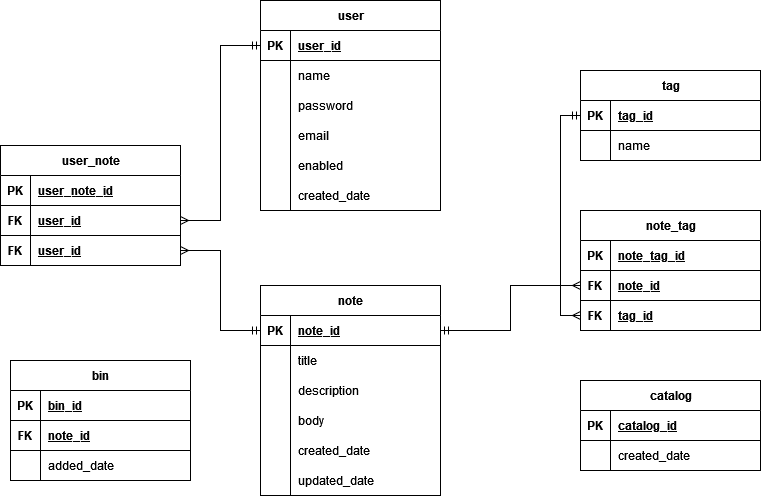
Earlier version of the draw.io export DB/ERD-diagram.drawio.png (Tomasz-Zdeb/Software-Engineering-Class-Project). Source tidied: cells renumbered, new cells last; positions are measured from the earlier drawing's top-left corner, leaving out a move shared by most shapes.
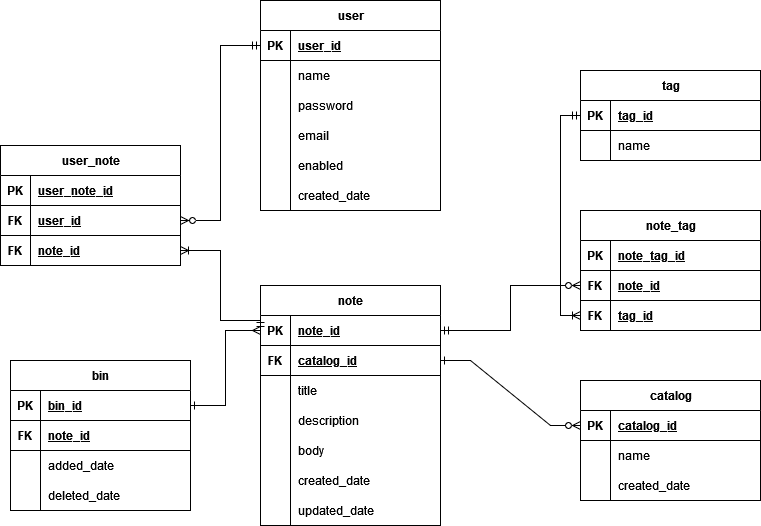
After the change.

Commit message:
Added relationships between bin, note and catalog tables

Change to the diagram source:
```diff
@@ -60,7 +60,7 @@
       <mxGeometry x="30" width="150" height="30" as="geometry" />
     </mxCell>
     <mxCell id="21" value="note" style="shape=table;startSize=30;rowLines=0;fontStyle=1;align=center;html=1;" parent="1" vertex="1">
-      <mxGeometry x="260" y="285" width="180" height="210" as="geometry" />
+      <mxGeometry x="260" y="285" width="180" height="240" as="geometry" />
     </mxCell>
     <mxCell id="22" style="shape=tableRow;horizontal=0;startSize=0;swimlaneHead=0;swimlaneBody=0;fillColor=none;points=[[0,0.5],[1,0.5]];portConstraint=eastwest;top=0;left=0;right=0;bottom=1;" parent="21" vertex="1">
       <mxGeometry y="30" width="180" height="30" as="geometry" />
@@ -71,8 +71,17 @@
     <mxCell id="24" value="note_id" style="shape=partialRectangle;fillColor=none;top=0;left=0;bottom=0;right=0;align=left;spacingLeft=6;fontStyle=5;overflow=hidden;whiteSpace=wrap;html=1;" parent="22" vertex="1">
       <mxGeometry x="30" width="150" height="30" as="geometry" />
     </mxCell>
+    <mxCell id="88" style="shape=tableRow;horizontal=0;startSize=0;swimlaneHead=0;swimlaneBody=0;fillColor=none;points=[[0,0.5],[1,0.5]];portConstraint=eastwest;top=0;left=0;right=0;bottom=1;" parent="21" vertex="1">
+      <mxGeometry y="60" width="180" height="30" as="geometry" />
+    </mxCell>
+    <mxCell id="89" value="FK" style="shape=partialRectangle;fillColor=none;top=0;left=0;bottom=0;right=0;fontStyle=1;overflow=hidden;whiteSpace=wrap;html=1;" parent="88" vertex="1">
+      <mxGeometry width="30" height="30" as="geometry" />
+    </mxCell>
+    <mxCell id="90" value="catalog_id" style="shape=partialRectangle;fillColor=none;top=0;left=0;bottom=0;right=0;align=left;spacingLeft=6;fontStyle=5;overflow=hidden;whiteSpace=wrap;html=1;" parent="88" vertex="1">
+      <mxGeometry x="30" width="150" height="30" as="geometry" />
+    </mxCell>
     <mxCell id="25" style="shape=tableRow;horizontal=0;startSize=0;swimlaneHead=0;swimlaneBody=0;fillColor=none;top=0;left=0;right=0;bottom=0;" parent="21" vertex="1">
-      <mxGeometry y="60" width="180" height="30" as="geometry" />
+      <mxGeometry y="90" width="180" height="30" as="geometry" />
     </mxCell>
     <mxCell id="26" style="shape=partialRectangle;fillColor=none;top=0;left=0;bottom=0;right=0;overflow=hidden;whiteSpace=wrap;html=1;" parent="25" vertex="1">
       <mxGeometry width="30" height="30" as="geometry" />
@@ -81,7 +90,7 @@
       <mxGeometry x="30" width="150" height="30" as="geometry" />
     </mxCell>
     <mxCell id="28" style="shape=tableRow;horizontal=0;startSize=0;swimlaneHead=0;swimlaneBody=0;fillColor=none;top=0;left=0;right=0;bottom=0;" parent="21" vertex="1">
-      <mxGeometry y="90" width="180" height="30" as="geometry" />
+      <mxGeometry y="120" width="180" height="30" as="geometry" />
     </mxCell>
     <mxCell id="29" style="shape=partialRectangle;fillColor=none;top=0;left=0;bottom=0;right=0;overflow=hidden;whiteSpace=wrap;html=1;" parent="28" vertex="1">
       <mxGeometry width="30" height="30" as="geometry" />
@@ -90,7 +99,7 @@
       <mxGeometry x="30" width="150" height="30" as="geometry" />
     </mxCell>
     <mxCell id="31" style="shape=tableRow;horizontal=0;startSize=0;swimlaneHead=0;swimlaneBody=0;fillColor=none;top=0;left=0;right=0;bottom=0;" parent="21" vertex="1">
-      <mxGeometry y="120" width="180" height="30" as="geometry" />
+      <mxGeometry y="150" width="180" height="30" as="geometry" />
     </mxCell>
     <mxCell id="32" style="shape=partialRectangle;fillColor=none;top=0;left=0;bottom=0;right=0;overflow=hidden;whiteSpace=wrap;html=1;" parent="31" vertex="1">
       <mxGeometry width="30" height="30" as="geometry" />
@@ -99,7 +108,7 @@
       <mxGeometry x="30" width="150" height="30" as="geometry" />
     </mxCell>
     <mxCell id="34" style="shape=tableRow;horizontal=0;startSize=0;swimlaneHead=0;swimlaneBody=0;fillColor=none;top=0;left=0;right=0;bottom=0;" parent="21" vertex="1">
-      <mxGeometry y="150" width="180" height="30" as="geometry" />
+      <mxGeometry y="180" width="180" height="30" as="geometry" />
     </mxCell>
     <mxCell id="35" style="shape=partialRectangle;fillColor=none;top=0;left=0;bottom=0;right=0;overflow=hidden;whiteSpace=wrap;html=1;" parent="34" vertex="1">
       <mxGeometry width="30" height="30" as="geometry" />
@@ -108,7 +117,7 @@
       <mxGeometry x="30" width="150" height="30" as="geometry" />
     </mxCell>
     <mxCell id="37" style="shape=tableRow;horizontal=0;startSize=0;swimlaneHead=0;swimlaneBody=0;fillColor=none;top=0;left=0;right=0;bottom=0;" parent="21" vertex="1">
-      <mxGeometry y="180" width="180" height="30" as="geometry" />
+      <mxGeometry y="210" width="180" height="30" as="geometry" />
     </mxCell>
     <mxCell id="38" style="shape=partialRectangle;fillColor=none;top=0;left=0;bottom=0;right=0;overflow=hidden;whiteSpace=wrap;html=1;" parent="37" vertex="1">
       <mxGeometry width="30" height="30" as="geometry" />
@@ -194,23 +203,29 @@
     <mxCell id="65" value="FK" style="shape=partialRectangle;fillColor=none;top=0;left=0;bottom=0;right=0;fontStyle=1;overflow=hidden;whiteSpace=wrap;html=1;" parent="64" vertex="1">
       <mxGeometry width="30" height="30" as="geometry" />
     </mxCell>
-    <mxCell id="66" value="user_id" style="shape=partialRectangle;fillColor=none;top=0;left=0;bottom=0;right=0;align=left;spacingLeft=6;fontStyle=5;overflow=hidden;whiteSpace=wrap;html=1;" parent="64" vertex="1">
+    <mxCell id="66" value="note_id" style="shape=partialRectangle;fillColor=none;top=0;left=0;bottom=0;right=0;align=left;spacingLeft=6;fontStyle=5;overflow=hidden;whiteSpace=wrap;html=1;" parent="64" vertex="1">
       <mxGeometry x="30" width="150" height="30" as="geometry" />
     </mxCell>
-    <mxCell id="67" style="edgeStyle=orthogonalEdgeStyle;rounded=0;jettySize=auto;html=1;exitX=0;exitY=0.5;exitDx=0;exitDy=0;entryX=0;entryY=0.5;entryDx=0;entryDy=0;endArrow=ERmany;endFill=0;startArrow=ERmandOne;startFill=0;" parent="1" edge="1" source="41" target="54">
+    <mxCell id="67" style="edgeStyle=orthogonalEdgeStyle;rounded=0;jettySize=auto;html=1;exitX=0;exitY=0.5;exitDx=0;exitDy=0;entryX=0;entryY=0.5;entryDx=0;entryDy=0;endArrow=ERoneToMany;endFill=0;startArrow=ERmandOne;startFill=0;" parent="1" edge="1" source="41" target="54">
       <mxGeometry relative="1" as="geometry" />
     </mxCell>
-    <mxCell id="68" style="edgeStyle=orthogonalEdgeStyle;rounded=0;jettySize=auto;html=1;exitX=0;exitY=0.5;exitDx=0;exitDy=0;entryX=1;entryY=0.5;entryDx=0;entryDy=0;endArrow=ERmany;endFill=0;startArrow=ERmandOne;startFill=0;" parent="1" edge="1" source="3" target="61">
+    <mxCell id="68" style="edgeStyle=orthogonalEdgeStyle;rounded=0;jettySize=auto;html=1;exitX=0;exitY=0.5;exitDx=0;exitDy=0;entryX=1;entryY=0.5;entryDx=0;entryDy=0;endArrow=ERzeroToMany;endFill=0;startArrow=ERmandOne;startFill=0;" parent="1" edge="1" source="3" target="61">
       <mxGeometry relative="1" as="geometry" />
     </mxCell>
-    <mxCell id="69" style="edgeStyle=orthogonalEdgeStyle;rounded=0;jettySize=auto;html=1;exitX=1;exitY=0.5;exitDx=0;exitDy=0;entryX=0;entryY=0.5;entryDx=0;entryDy=0;startArrow=ERmany;startFill=0;endArrow=ERmandOne;endFill=0;" parent="1" edge="1" source="64" target="22">
-      <mxGeometry relative="1" as="geometry" />
+    <mxCell id="69" style="edgeStyle=orthogonalEdgeStyle;rounded=0;jettySize=auto;html=1;exitX=1;exitY=0.5;exitDx=0;exitDy=0;entryX=0;entryY=0.5;entryDx=0;entryDy=0;startArrow=ERoneToMany;startFill=0;endArrow=ERmandOne;endFill=0;" parent="1" edge="1" source="64" target="22">
+      <mxGeometry relative="1" as="geometry">
+        <Array as="points">
+          <mxPoint x="220" y="250" />
+          <mxPoint x="220" y="320" />
+          <mxPoint x="260" y="320" />
+        </Array>
+      </mxGeometry>
     </mxCell>
-    <mxCell id="70" style="edgeStyle=orthogonalEdgeStyle;rounded=0;jettySize=auto;html=1;exitX=0;exitY=0.5;exitDx=0;exitDy=0;entryX=1;entryY=0.5;entryDx=0;entryDy=0;endArrow=ERmandOne;endFill=0;startArrow=ERmany;startFill=0;" parent="1" edge="1" source="51" target="22">
+    <mxCell id="70" style="edgeStyle=orthogonalEdgeStyle;rounded=0;jettySize=auto;html=1;exitX=0;exitY=0.5;exitDx=0;exitDy=0;entryX=1;entryY=0.5;entryDx=0;entryDy=0;endArrow=ERmandOne;endFill=0;startArrow=ERzeroToMany;startFill=0;" parent="1" edge="1" source="51" target="22">
       <mxGeometry relative="1" as="geometry" />
     </mxCell>
     <mxCell id="71" value="bin" style="shape=table;startSize=30;rowLines=0;fontStyle=1;align=center;html=1;" parent="1" vertex="1">
-      <mxGeometry x="10" y="360" width="180" height="120" as="geometry" />
+      <mxGeometry x="10" y="360" width="180" height="150" as="geometry" />
     </mxCell>
     <mxCell id="72" style="shape=tableRow;horizontal=0;startSize=0;swimlaneHead=0;swimlaneBody=0;fillColor=none;points=[[0,0.5],[1,0.5]];portConstraint=eastwest;top=0;left=0;right=0;bottom=1;" parent="71" vertex="1">
       <mxGeometry y="30" width="180" height="30" as="geometry" />
@@ -239,8 +254,17 @@
     <mxCell id="80" value="added_date" style="shape=partialRectangle;fillColor=none;top=0;left=0;bottom=0;right=0;align=left;spacingLeft=6;overflow=hidden;whiteSpace=wrap;html=1;" parent="78" vertex="1">
       <mxGeometry x="30" width="150" height="30" as="geometry" />
     </mxCell>
+    <mxCell id="91" style="shape=tableRow;horizontal=0;startSize=0;swimlaneHead=0;swimlaneBody=0;fillColor=none;top=0;left=0;right=0;bottom=0;" parent="71" vertex="1">
+      <mxGeometry y="120" width="180" height="30" as="geometry" />
+    </mxCell>
+    <mxCell id="92" style="shape=partialRectangle;fillColor=none;top=0;left=0;bottom=0;right=0;overflow=hidden;whiteSpace=wrap;html=1;" parent="91" vertex="1">
+      <mxGeometry width="30" height="30" as="geometry" />
+    </mxCell>
+    <mxCell id="93" value="deleted_date" style="shape=partialRectangle;fillColor=none;top=0;left=0;bottom=0;right=0;align=left;spacingLeft=6;overflow=hidden;whiteSpace=wrap;html=1;" parent="91" vertex="1">
+      <mxGeometry x="30" width="150" height="30" as="geometry" />
+    </mxCell>
     <mxCell id="81" value="catalog" style="shape=table;startSize=30;rowLines=0;fontStyle=1;align=center;html=1;" parent="1" vertex="1">
-      <mxGeometry x="580" y="380" width="180" height="90" as="geometry" />
+      <mxGeometry x="580" y="380" width="180" height="120" as="geometry" />
     </mxCell>
     <mxCell id="82" style="shape=tableRow;horizontal=0;startSize=0;swimlaneHead=0;swimlaneBody=0;fillColor=none;points=[[0,0.5],[1,0.5]];portConstraint=eastwest;top=0;left=0;right=0;bottom=1;" parent="81" vertex="1">
       <mxGeometry y="30" width="180" height="30" as="geometry" />
@@ -257,8 +281,23 @@
     <mxCell id="86" style="shape=partialRectangle;fillColor=none;top=0;left=0;bottom=0;right=0;overflow=hidden;whiteSpace=wrap;html=1;" parent="85" vertex="1">
       <mxGeometry width="30" height="30" as="geometry" />
     </mxCell>
-    <mxCell id="87" value="created_date" style="shape=partialRectangle;fillColor=none;top=0;left=0;bottom=0;right=0;align=left;spacingLeft=6;overflow=hidden;whiteSpace=wrap;html=1;" parent="85" vertex="1">
+    <mxCell id="87" value="name" style="shape=partialRectangle;fillColor=none;top=0;left=0;bottom=0;right=0;align=left;spacingLeft=6;overflow=hidden;whiteSpace=wrap;html=1;" parent="85" vertex="1">
       <mxGeometry x="30" width="150" height="30" as="geometry" />
     </mxCell>
+    <mxCell id="94" style="shape=tableRow;horizontal=0;startSize=0;swimlaneHead=0;swimlaneBody=0;fillColor=none;top=0;left=0;right=0;bottom=0;" parent="81" vertex="1">
+      <mxGeometry y="90" width="180" height="30" as="geometry" />
+    </mxCell>
+    <mxCell id="95" style="shape=partialRectangle;fillColor=none;top=0;left=0;bottom=0;right=0;overflow=hidden;whiteSpace=wrap;html=1;" parent="94" vertex="1">
+      <mxGeometry width="30" height="30" as="geometry" />
+    </mxCell>
+    <mxCell id="96" value="created_date" style="shape=partialRectangle;fillColor=none;top=0;left=0;bottom=0;right=0;align=left;spacingLeft=6;overflow=hidden;whiteSpace=wrap;html=1;" parent="94" vertex="1">
+      <mxGeometry x="30" width="150" height="30" as="geometry" />
+    </mxCell>
+    <mxCell id="97" style="edgeStyle=entityRelationEdgeStyle;fontSize=12;html=1;endArrow=ERzeroToMany;rounded=0;entryX=0;entryY=0.5;entryDx=0;entryDy=0;exitX=1;exitY=0.5;exitDx=0;exitDy=0;endFill=0;startArrow=ERone;startFill=0;" parent="1" edge="1" source="88" target="82">
+      <mxGeometry relative="1" as="geometry" />
+    </mxCell>
+    <mxCell id="98" style="edgeStyle=orthogonalEdgeStyle;rounded=0;jettySize=auto;html=1;exitX=0;exitY=0.5;exitDx=0;exitDy=0;entryX=1;entryY=0.5;entryDx=0;entryDy=0;startArrow=ERmany;startFill=0;endArrow=ERone;endFill=0;" parent="1" edge="1" source="22" target="72">
+      <mxGeometry relative="1" as="geometry" />
+    </mxCell>
   </root>
 </mxGraphModel>
```
